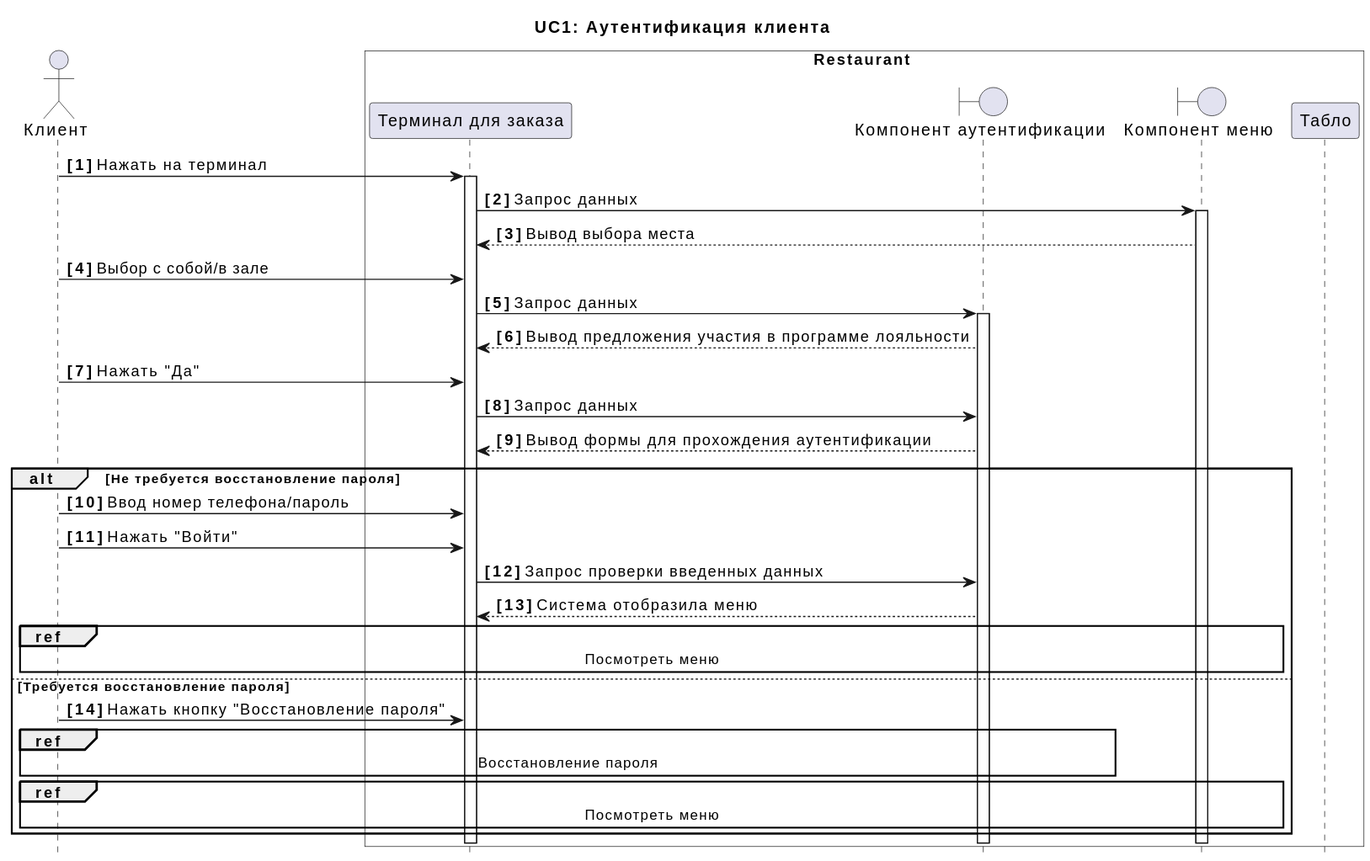
Above: docs/diagrams/include/UC1.svg in xxx996/OTUS_Restaraunt (PlantUML), before the change.
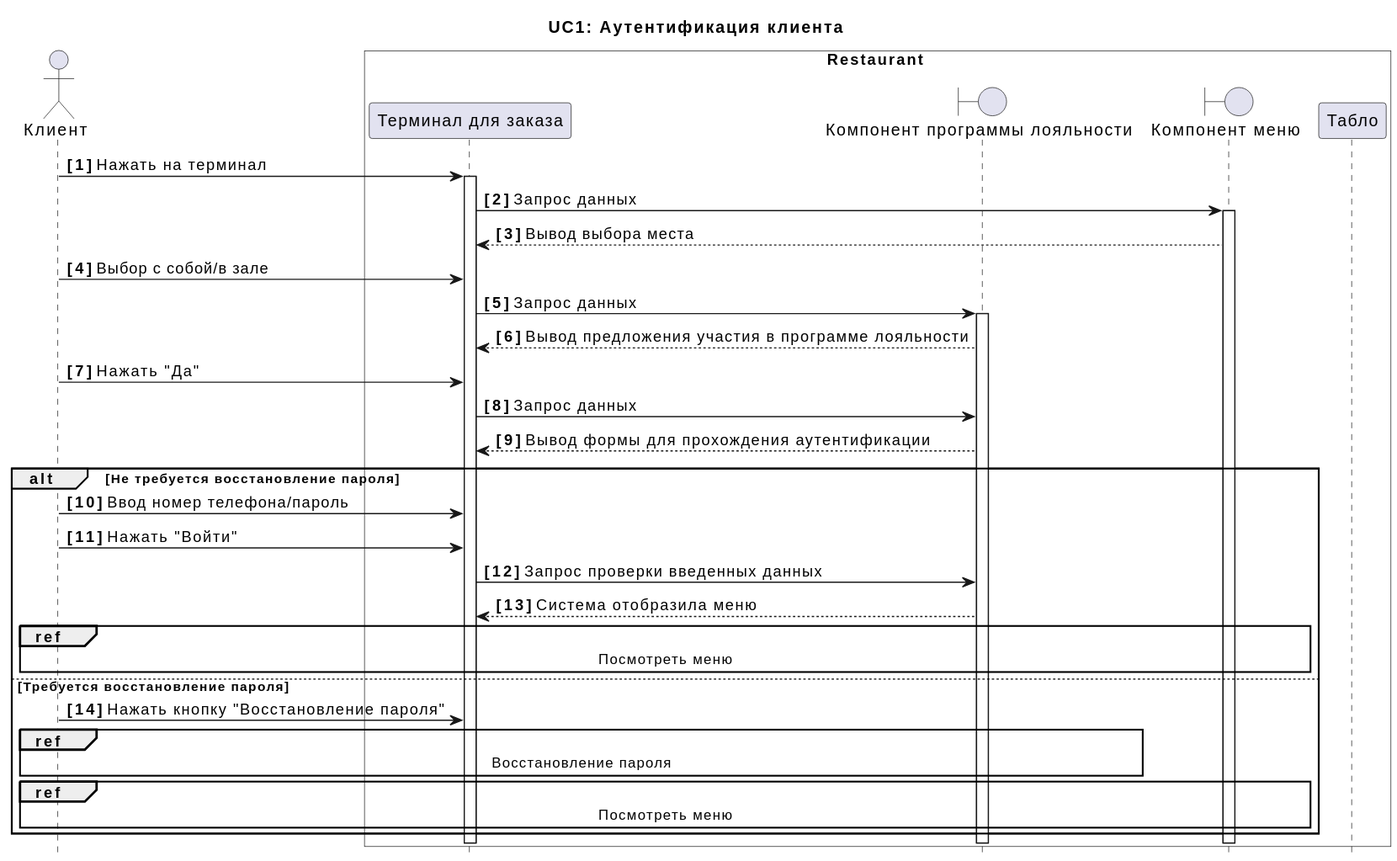
Above is the later version.

Change to the diagram source:
```diff
@@ -4,7 +4,7 @@
 title UC1: Аутентификация клиента
 box Restaurant #Transparent
 participant  "Терминал для заказа" as A
-boundary "Компонент аутентификации" as Q
+boundary "Компонент программы лояльности" as Q
 boundary "Компонент меню" as F
 participant "Табло" as D
 
```
